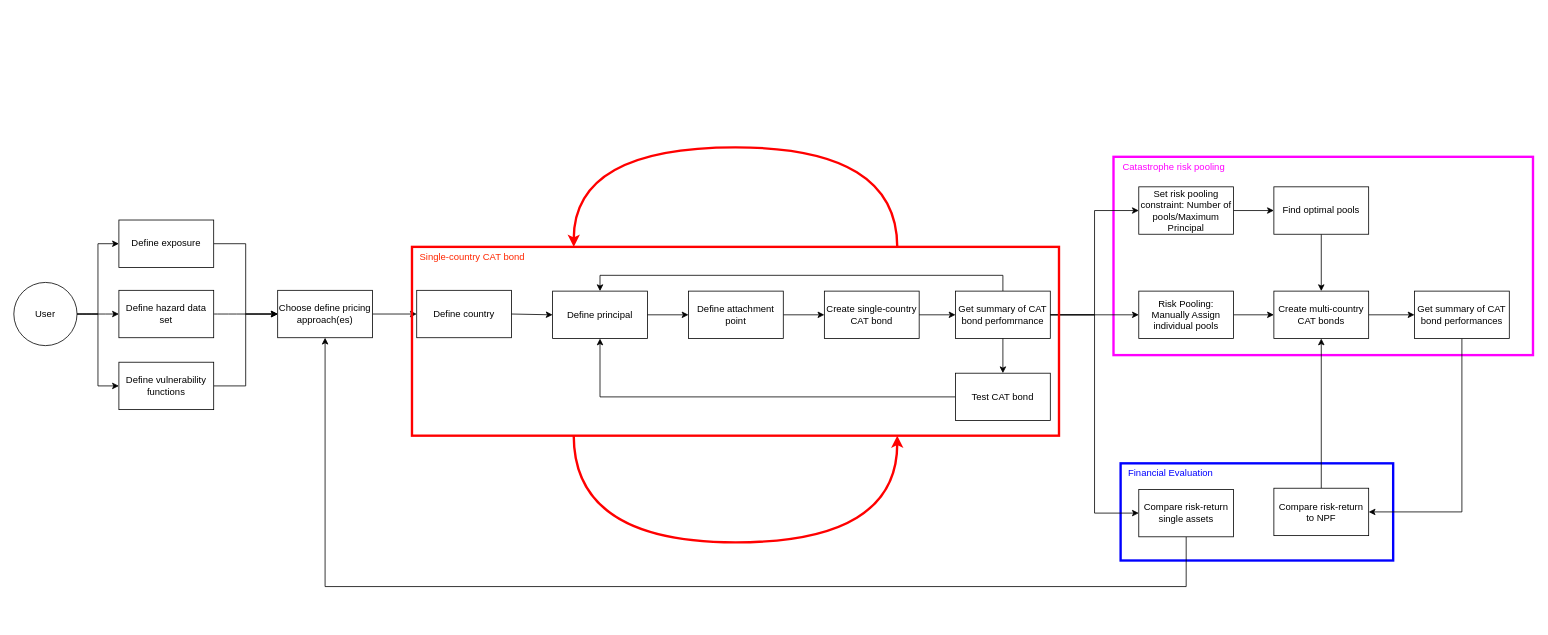
KaiOBerg/master_thesis_cat_bonds keeps this draw.io diagram as user_journey_climada_petals.drawio. Above is the earlier version. Source tidied: cells renumbered, new cells numbered last; positions are measured from the earlier drawing's top-left corner, leaving out a move shared by most shapes. Both pictures are drawn from the tidied source at 79%, with x=0, y=0 at pixel (13, 147).
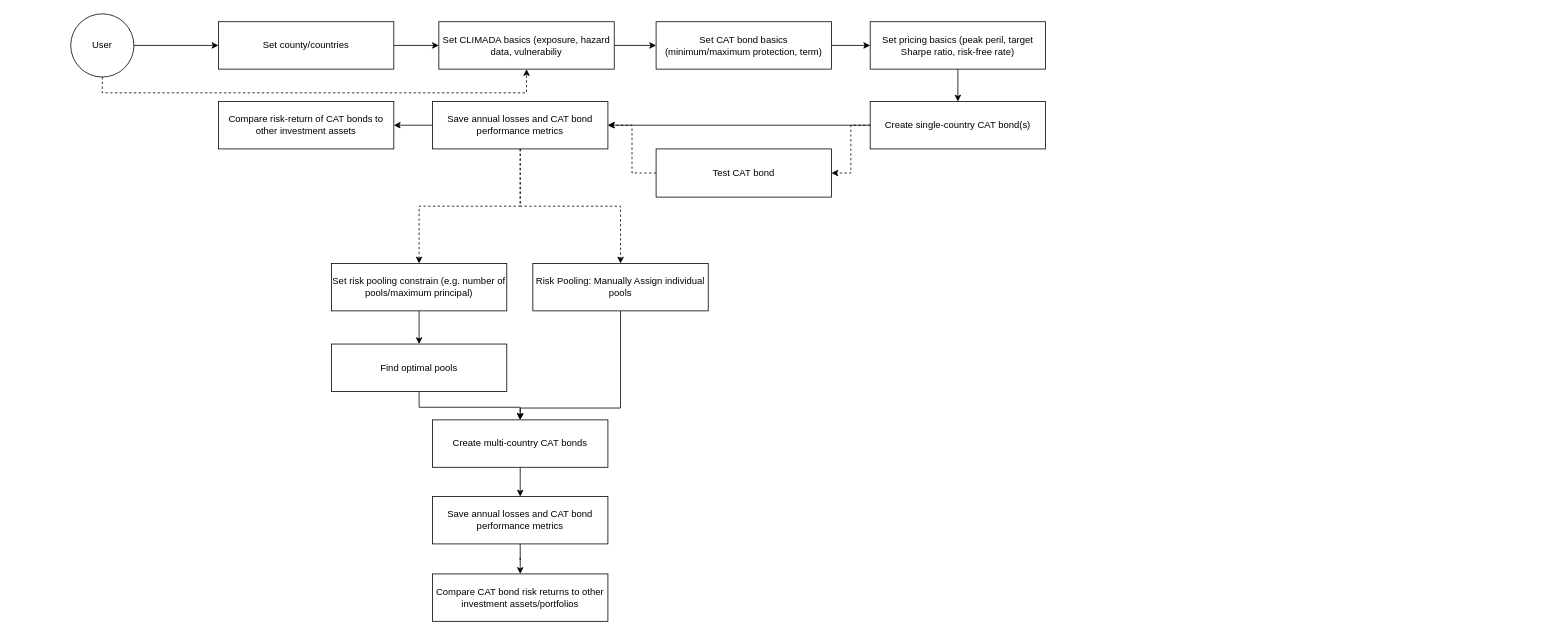
The same diagram, later.

Change to the diagram source:
```diff
@@
-    <mxCell id="2" style="rounded=0;whiteSpace=wrap;html=1;fillColor=none;strokeColor=#FF00FF;strokeWidth=3;" parent="1" vertex="1">
-      <mxGeometry x="1392" y="12" width="531" height="251" as="geometry" />
-    </mxCell>
-    <mxCell id="3" style="rounded=0;whiteSpace=wrap;html=1;fillColor=none;strokeColor=#0000FF;strokeWidth=3;" parent="1" vertex="1">
-      <mxGeometry x="1401" y="400" width="345" height="123" as="geometry" />
-    </mxCell>
-    <mxCell id="4" style="edgeStyle=orthogonalEdgeStyle;curved=1;rounded=0;jettySize=auto;html=1;exitX=1;exitY=0.5;exitDx=0;exitDy=0;entryX=0;entryY=0.5;entryDx=0;entryDy=0;" parent="1" edge="1" source="7" target="49">
-      <mxGeometry relative="1" as="geometry" />
-    </mxCell>
-    <mxCell id="5" style="edgeStyle=orthogonalEdgeStyle;rounded=0;jettySize=auto;html=1;exitX=1;exitY=0.5;exitDx=0;exitDy=0;entryX=0;entryY=0.5;entryDx=0;entryDy=0;" parent="1" edge="1" source="7" target="51">
-      <mxGeometry relative="1" as="geometry" />
-    </mxCell>
-    <mxCell id="6" style="edgeStyle=orthogonalEdgeStyle;rounded=0;jettySize=auto;html=1;exitX=1;exitY=0.5;exitDx=0;exitDy=0;entryX=0;entryY=0.5;entryDx=0;entryDy=0;" parent="1" edge="1" source="7" target="10">
-      <mxGeometry relative="1" as="geometry" />
-    </mxCell>
+    <mxCell id="52" style="edgeStyle=orthogonalEdgeStyle;rounded=0;jettySize=auto;html=1;exitX=1;exitY=0.5;exitDx=0;exitDy=0;entryX=0;entryY=0.5;entryDx=0;entryDy=0;" parent="1" edge="1" source="7" target="57">
+      <mxGeometry relative="1" as="geometry" />
+    </mxCell>
+    <mxCell id="53" style="edgeStyle=orthogonalEdgeStyle;rounded=0;jettySize=auto;html=1;exitX=0.5;exitY=1;exitDx=0;exitDy=0;entryX=0.5;entryY=1;entryDx=0;entryDy=0;dashed=1;" parent="1" edge="1" source="7" target="68">
+      <mxGeometry relative="1" as="geometry" />
+    </mxCell>
     <mxCell id="7" value="User" style="ellipse;whiteSpace=wrap;html=1;" parent="1" vertex="1">
-      <mxGeometry y="171" width="80" height="80" as="geometry" />
+      <mxGeometry x="72" y="-169" width="80" height="80" as="geometry" />
     </mxCell>
-    <mxCell id="8" value="Define country" style="rounded=0;whiteSpace=wrap;html=1;" parent="1" vertex="1">
-      <mxGeometry x="510" y="181" width="120" height="60" as="geometry" />
-    </mxCell>
-    <mxCell id="9" style="edgeStyle=orthogonalEdgeStyle;rounded=0;jettySize=auto;html=1;exitX=1;exitY=0.5;exitDx=0;exitDy=0;entryX=0;entryY=0.5;entryDx=0;entryDy=0;" parent="1" edge="1" source="10" target="31">
-      <mxGeometry relative="1" as="geometry" />
-    </mxCell>
-    <mxCell id="10" value="Define exposure" style="rounded=0;whiteSpace=wrap;html=1;" parent="1" vertex="1">
-      <mxGeometry x="133" y="92" width="120" height="60" as="geometry" />
-    </mxCell>
-    <mxCell id="11" style="edgeStyle=orthogonalEdgeStyle;rounded=0;jettySize=auto;html=1;exitX=1;exitY=0.5;exitDx=0;exitDy=0;entryX=0;entryY=0.5;entryDx=0;entryDy=0;" parent="1" edge="1" source="12" target="22">
-      <mxGeometry relative="1" as="geometry" />
-    </mxCell>
-    <mxCell id="12" value="Define attachment point" style="rounded=0;whiteSpace=wrap;html=1;" parent="1" vertex="1">
-      <mxGeometry x="854" y="182" width="120" height="60" as="geometry" />
-    </mxCell>
-    <mxCell id="13" value="Define principal" style="rounded=0;whiteSpace=wrap;html=1;" parent="1" vertex="1">
-      <mxGeometry x="682" y="182" width="120" height="60" as="geometry" />
-    </mxCell>
+    <mxCell id="54" style="edgeStyle=orthogonalEdgeStyle;rounded=0;jettySize=auto;html=1;exitX=0;exitY=0.5;exitDx=0;exitDy=0;entryX=1;entryY=0.5;entryDx=0;entryDy=0;" parent="1" edge="1" source="22" target="61">
+      <mxGeometry relative="1" as="geometry" />
+    </mxCell>
+    <mxCell id="55" style="edgeStyle=orthogonalEdgeStyle;rounded=0;jettySize=auto;html=1;exitX=0;exitY=0.5;exitDx=0;exitDy=0;entryX=1;entryY=0.5;entryDx=0;entryDy=0;dashed=1;" parent="1" edge="1" source="22" target="19">
+      <mxGeometry relative="1" as="geometry" />
+    </mxCell>
+    <mxCell id="22" value="Create single-country CAT bond(s)" style="rounded=0;whiteSpace=wrap;html=1;" parent="1" vertex="1">
+      <mxGeometry x="1084" y="-58" width="222" height="60" as="geometry" />
+    </mxCell>
+    <mxCell id="56" style="edgeStyle=orthogonalEdgeStyle;rounded=0;jettySize=auto;html=1;entryX=0;entryY=0.5;entryDx=0;entryDy=0;" parent="1" edge="1" source="57" target="68">
+      <mxGeometry relative="1" as="geometry" />
+    </mxCell>
+    <mxCell id="57" value="Set county/countries" style="rounded=0;whiteSpace=wrap;html=1;" parent="1" vertex="1">
+      <mxGeometry x="259" y="-159" width="222" height="60" as="geometry" />
+    </mxCell>
+    <mxCell id="58" style="edgeStyle=orthogonalEdgeStyle;rounded=0;jettySize=auto;html=1;exitX=0;exitY=0.5;exitDx=0;exitDy=0;entryX=1;entryY=0.5;entryDx=0;entryDy=0;" parent="1" edge="1" source="61" target="69">
+      <mxGeometry relative="1" as="geometry" />
+    </mxCell>
+    <mxCell id="59" style="edgeStyle=orthogonalEdgeStyle;rounded=0;jettySize=auto;html=1;exitX=0.5;exitY=1;exitDx=0;exitDy=0;entryX=0.5;entryY=0;entryDx=0;entryDy=0;dashed=1;" parent="1" edge="1" source="61" target="39">
+      <mxGeometry relative="1" as="geometry" />
+    </mxCell>
+    <mxCell id="60" style="edgeStyle=orthogonalEdgeStyle;rounded=0;jettySize=auto;html=1;entryX=0.5;entryY=0;entryDx=0;entryDy=0;dashed=1;" parent="1" edge="1" source="61" target="71">
+      <mxGeometry relative="1" as="geometry" />
+    </mxCell>
+    <mxCell id="61" value="&lt;span style=&quot;caret-color: rgba(0, 0, 0, 0);&quot;&gt;Save annual losses and CAT bond performance metrics&lt;/span&gt;" style="rounded=0;whiteSpace=wrap;html=1;" parent="1" vertex="1">
+      <mxGeometry x="530" y="-58" width="222" height="60" as="geometry" />
+    </mxCell>
+    <mxCell id="62" style="edgeStyle=orthogonalEdgeStyle;rounded=0;jettySize=auto;html=1;exitX=0;exitY=0.5;exitDx=0;exitDy=0;entryX=1;entryY=0.5;entryDx=0;entryDy=0;dashed=1;" parent="1" edge="1" source="19" target="61">
+      <mxGeometry relative="1" as="geometry" />
+    </mxCell>
+    <mxCell id="19" value="&lt;span style=&quot;caret-color: rgba(0, 0, 0, 0);&quot;&gt;Test CAT bond&lt;/span&gt;" style="rounded=0;whiteSpace=wrap;html=1;" parent="1" vertex="1">
+      <mxGeometry x="813" y="2" width="222" height="61" as="geometry" />
+    </mxCell>
+    <mxCell id="63" style="edgeStyle=orthogonalEdgeStyle;rounded=0;jettySize=auto;html=1;exitX=0.5;exitY=1;exitDx=0;exitDy=0;entryX=0.5;entryY=0;entryDx=0;entryDy=0;" parent="1" edge="1" source="64" target="22">
+      <mxGeometry relative="1" as="geometry" />
+    </mxCell>
+    <mxCell id="64" value="&lt;span style=&quot;caret-color: rgba(0, 0, 0, 0);&quot;&gt;Set pricing basics (peak peril, target Sharpe ratio, risk-free rate)&lt;/span&gt;" style="rounded=0;whiteSpace=wrap;html=1;" parent="1" vertex="1">
+      <mxGeometry x="1084" y="-159" width="222" height="60" as="geometry" />
+    </mxCell>
+    <mxCell id="65" style="edgeStyle=orthogonalEdgeStyle;rounded=0;jettySize=auto;html=1;exitX=1;exitY=0.5;exitDx=0;exitDy=0;entryX=0;entryY=0.5;entryDx=0;entryDy=0;" parent="1" edge="1" source="66" target="64">
+      <mxGeometry relative="1" as="geometry" />
+    </mxCell>
+    <mxCell id="66" value="&lt;span style=&quot;caret-color: rgba(0, 0, 0, 0);&quot;&gt;Set CAT bond basics (minimum/maximum protection, term)&lt;/span&gt;" style="rounded=0;whiteSpace=wrap;html=1;" parent="1" vertex="1">
+      <mxGeometry x="813" y="-159" width="222" height="60" as="geometry" />
+    </mxCell>
+    <mxCell id="67" style="edgeStyle=orthogonalEdgeStyle;rounded=0;jettySize=auto;html=1;exitX=1;exitY=0.5;exitDx=0;exitDy=0;entryX=0;entryY=0.5;entryDx=0;entryDy=0;" parent="1" edge="1" source="68" target="66">
+      <mxGeometry relative="1" as="geometry" />
+    </mxCell>
+    <mxCell id="68" value="&lt;span style=&quot;caret-color: rgba(0, 0, 0, 0);&quot;&gt;Set CLIMADA b&lt;/span&gt;&lt;span style=&quot;caret-color: light-dark(rgba(0, 0, 0, 0), rgb(237, 237, 237)); background-color: transparent; color: light-dark(rgb(0, 0, 0), rgb(255, 255, 255));&quot;&gt;asics (exposure, hazard data, vulnerabiliy&lt;/span&gt;" style="rounded=0;whiteSpace=wrap;html=1;" parent="1" vertex="1">
+      <mxGeometry x="538" y="-159" width="222" height="60" as="geometry" />
+    </mxCell>
+    <mxCell id="69" value="&lt;span style=&quot;caret-color: rgba(0, 0, 0, 0);&quot;&gt;Compare risk-return of CAT bonds to other investment assets&lt;/span&gt;" style="rounded=0;whiteSpace=wrap;html=1;" parent="1" vertex="1">
+      <mxGeometry x="259" y="-58" width="222" height="60" as="geometry" />
+    </mxCell>
+    <mxCell id="70" style="edgeStyle=orthogonalEdgeStyle;rounded=0;jettySize=auto;html=1;entryX=0.5;entryY=0;entryDx=0;entryDy=0;" parent="1" edge="1" source="71" target="15">
+      <mxGeometry relative="1" as="geometry" />
+    </mxCell>
+    <mxCell id="71" value="&lt;span style=&quot;caret-color: rgba(0, 0, 0, 0);&quot;&gt;Set risk pooling constrain (e.g. number of pools/maximum principal)&lt;/span&gt;" style="rounded=0;whiteSpace=wrap;html=1;" parent="1" vertex="1">
+      <mxGeometry x="402" y="147" width="222" height="60" as="geometry" />
+    </mxCell>
+    <mxCell id="38" style="edgeStyle=orthogonalEdgeStyle;rounded=0;jettySize=auto;html=1;exitX=0.5;exitY=1;exitDx=0;exitDy=0;entryX=0.5;entryY=0;entryDx=0;entryDy=0;" parent="1" edge="1" source="39" target="35">
+      <mxGeometry relative="1" as="geometry">
+        <Array as="points">
+          <mxPoint x="768" y="330" />
+          <mxPoint x="641" y="330" />
+        </Array>
+      </mxGeometry>
+    </mxCell>
+    <mxCell id="39" value="&lt;span style=&quot;caret-color: rgba(0, 0, 0, 0);&quot;&gt;Risk Pooling: Manually Assign individual pools&lt;/span&gt;" style="rounded=0;whiteSpace=wrap;html=1;" parent="1" vertex="1">
+      <mxGeometry x="657" y="147" width="222" height="60" as="geometry" />
+    </mxCell>
@@
-    <mxCell id="15" value="Find optimal pools" style="rounded=0;whiteSpace=wrap;html=1;" parent="1" vertex="1">
-      <mxGeometry x="1595" y="50" width="120" height="60" as="geometry" />
+    <mxCell id="15" value="&lt;span style=&quot;caret-color: rgba(0, 0, 0, 0);&quot;&gt;Find optimal pools&lt;/span&gt;" style="rounded=0;whiteSpace=wrap;html=1;" parent="1" vertex="1">
+      <mxGeometry x="402" y="249" width="222" height="60" as="geometry" />
     </mxCell>
-    <mxCell id="16" style="edgeStyle=orthogonalEdgeStyle;rounded=0;jettySize=auto;html=1;exitX=0.5;exitY=1;exitDx=0;exitDy=0;entryX=0.5;entryY=1;entryDx=0;entryDy=0;" parent="1" edge="1" source="17" target="31">
-      <mxGeometry relative="1" as="geometry">
-        <Array as="points">
-          <mxPoint x="1484" y="556" />
-          <mxPoint x="394" y="556" />
-        </Array>
-      </mxGeometry>
-    </mxCell>
-    <mxCell id="17" value="Compare risk-return single assets" style="rounded=0;whiteSpace=wrap;html=1;" parent="1" vertex="1">
-      <mxGeometry x="1424" y="433" width="120" height="60" as="geometry" />
-    </mxCell>
-    <mxCell id="18" style="edgeStyle=orthogonalEdgeStyle;rounded=0;jettySize=auto;html=1;exitX=0;exitY=0.5;exitDx=0;exitDy=0;entryX=0.5;entryY=1;entryDx=0;entryDy=0;" parent="1" edge="1" source="19" target="13">
-      <mxGeometry relative="1" as="geometry" />
-    </mxCell>
-    <mxCell id="19" value="Test CAT bond" style="rounded=0;whiteSpace=wrap;html=1;" parent="1" vertex="1">
-      <mxGeometry x="1192" y="285.9" width="120" height="60" as="geometry" />
-    </mxCell>
-    <mxCell id="20" style="edgeStyle=orthogonalEdgeStyle;rounded=0;jettySize=auto;html=1;exitX=1;exitY=0.5;exitDx=0;exitDy=0;entryX=0;entryY=0.5;entryDx=0;entryDy=0;" parent="1" edge="1" source="21" target="15">
-      <mxGeometry relative="1" as="geometry" />
-    </mxCell>
-    <mxCell id="21" value="Set risk pooling constraint: Number of pools/Maximum Principal" style="rounded=0;whiteSpace=wrap;html=1;" parent="1" vertex="1">
-      <mxGeometry x="1424" y="50" width="120" height="60" as="geometry" />
-    </mxCell>
-    <mxCell id="22" value="Create single-country CAT bond" style="rounded=0;whiteSpace=wrap;html=1;" parent="1" vertex="1">
-      <mxGeometry x="1026" y="182" width="120" height="60" as="geometry" />
-    </mxCell>
-    <mxCell id="23" style="edgeStyle=orthogonalEdgeStyle;rounded=0;jettySize=auto;html=1;exitX=0.5;exitY=0;exitDx=0;exitDy=0;entryX=0.5;entryY=0;entryDx=0;entryDy=0;" parent="1" edge="1" source="25" target="13">
-      <mxGeometry relative="1" as="geometry" />
-    </mxCell>
-    <mxCell id="24" style="edgeStyle=orthogonalEdgeStyle;rounded=0;jettySize=auto;html=1;exitX=1;exitY=0.5;exitDx=0;exitDy=0;entryX=0;entryY=0.5;entryDx=0;entryDy=0;" parent="1" edge="1" source="25" target="17">
-      <mxGeometry relative="1" as="geometry" />
-    </mxCell>
-    <mxCell id="25" value="Get summary of CAT bond perfomrnance" style="rounded=0;whiteSpace=wrap;html=1;" parent="1" vertex="1">
-      <mxGeometry x="1192" y="182" width="120" height="60" as="geometry" />
-    </mxCell>
-    <mxCell id="26" style="endArrow=classic;html=1;rounded=0;exitX=1;exitY=0.5;exitDx=0;exitDy=0;entryX=0;entryY=0.5;entryDx=0;entryDy=0;" parent="1" edge="1" source="8" target="13">
-      <mxGeometry relative="1" as="geometry" />
-    </mxCell>
-    <mxCell id="27" style="endArrow=classic;html=1;rounded=0;entryX=0;entryY=0.5;entryDx=0;entryDy=0;exitX=1;exitY=0.5;exitDx=0;exitDy=0;" parent="1" edge="1" source="13" target="12">
-      <mxGeometry relative="1" as="geometry" />
-    </mxCell>
-    <mxCell id="28" style="endArrow=classic;html=1;rounded=0;exitX=1;exitY=0.5;exitDx=0;exitDy=0;entryX=0;entryY=0.5;entryDx=0;entryDy=0;" parent="1" edge="1" source="22" target="25">
-      <mxGeometry relative="1" as="geometry" />
-    </mxCell>
-    <mxCell id="29" style="endArrow=classic;html=1;rounded=0;exitX=0.5;exitY=1;exitDx=0;exitDy=0;entryX=0.5;entryY=0;entryDx=0;entryDy=0;" parent="1" edge="1" source="25" target="19">
-      <mxGeometry relative="1" as="geometry" />
-    </mxCell>
-    <mxCell id="30" style="edgeStyle=orthogonalEdgeStyle;rounded=0;jettySize=auto;html=1;exitX=1;exitY=0.5;exitDx=0;exitDy=0;entryX=0;entryY=0.5;entryDx=0;entryDy=0;" parent="1" edge="1" source="31" target="8">
-      <mxGeometry relative="1" as="geometry" />
-    </mxCell>
-    <mxCell id="31" value="Choose define pricing approach(es)" style="rounded=0;whiteSpace=wrap;html=1;" parent="1" vertex="1">
-      <mxGeometry x="334" y="181" width="120" height="60" as="geometry" />
-    </mxCell>
-    <mxCell id="32" style="edgeStyle=orthogonalEdgeStyle;rounded=0;jettySize=auto;html=1;entryX=0;entryY=0.5;entryDx=0;entryDy=0;exitX=1;exitY=0.5;exitDx=0;exitDy=0;" parent="1" edge="1" source="25" target="39">
-      <mxGeometry relative="1" as="geometry" />
-    </mxCell>
-    <mxCell id="33" style="edgeStyle=orthogonalEdgeStyle;rounded=0;jettySize=auto;html=1;exitX=1;exitY=0.5;exitDx=0;exitDy=0;entryX=0;entryY=0.5;entryDx=0;entryDy=0;" parent="1" edge="1" source="25" target="21">
-      <mxGeometry relative="1" as="geometry" />
-    </mxCell>
-    <mxCell id="34" style="edgeStyle=orthogonalEdgeStyle;rounded=0;jettySize=auto;html=1;exitX=1;exitY=0.5;exitDx=0;exitDy=0;entryX=0;entryY=0.5;entryDx=0;entryDy=0;" parent="1" edge="1" source="35" target="37">
-      <mxGeometry relative="1" as="geometry" />
-    </mxCell>
+    <mxCell id="72" style="edgeStyle=orthogonalEdgeStyle;rounded=0;jettySize=auto;html=1;exitX=0.5;exitY=1;exitDx=0;exitDy=0;entryX=0.5;entryY=0;entryDx=0;entryDy=0;" parent="1" edge="1" source="35" target="74">
+      <mxGeometry relative="1" as="geometry" />
+    </mxCell>
-    <mxCell id="35" value="Create multi-country CAT bonds" style="rounded=0;whiteSpace=wrap;html=1;" parent="1" vertex="1">
-      <mxGeometry x="1595" y="182" width="120" height="60" as="geometry" />
+    <mxCell id="35" value="&lt;span style=&quot;caret-color: rgba(0, 0, 0, 0);&quot;&gt;Create multi-country CAT bonds&lt;/span&gt;" style="rounded=0;whiteSpace=wrap;html=1;" parent="1" vertex="1">
+      <mxGeometry x="530" y="345" width="222" height="60" as="geometry" />
     </mxCell>
-    <mxCell id="36" style="edgeStyle=orthogonalEdgeStyle;rounded=0;jettySize=auto;html=1;exitX=0.5;exitY=1;exitDx=0;exitDy=0;entryX=1;entryY=0.5;entryDx=0;entryDy=0;" parent="1" edge="1" source="37" target="46">
-      <mxGeometry relative="1" as="geometry" />
-    </mxCell>
-    <mxCell id="37" value="Get summary of CAT bond performances" style="rounded=0;whiteSpace=wrap;html=1;" parent="1" vertex="1">
-      <mxGeometry x="1773" y="182" width="120" height="60" as="geometry" />
-    </mxCell>
-    <mxCell id="38" style="edgeStyle=orthogonalEdgeStyle;rounded=0;jettySize=auto;html=1;exitX=1;exitY=0.5;exitDx=0;exitDy=0;entryX=0;entryY=0.5;entryDx=0;entryDy=0;" parent="1" edge="1" source="39" target="35">
-      <mxGeometry relative="1" as="geometry" />
-    </mxCell>
-    <mxCell id="39" value="Risk Pooling: Manually Assign individual pools" style="rounded=0;whiteSpace=wrap;html=1;" parent="1" vertex="1">
-      <mxGeometry x="1424" y="182" width="120" height="60" as="geometry" />
-    </mxCell>
-    <mxCell id="40" style="rounded=0;whiteSpace=wrap;html=1;fillColor=none;strokeColor=#FF0000;strokeWidth=3;" parent="1" vertex="1">
-      <mxGeometry x="504" y="126" width="819" height="239" as="geometry" />
-    </mxCell>
-    <mxCell id="41" value="&lt;span style=&quot;color: light-dark(rgb(255, 38, 0), rgb(237, 237, 237));&quot;&gt;Single-country CAT bond&lt;/span&gt;" style="text;html=1;align=center;verticalAlign=middle;strokeColor=none;fillColor=none;" parent="1" vertex="1">
-      <mxGeometry x="504" y="126" width="151" height="26" as="geometry" />
-    </mxCell>
-    <mxCell id="42" value="&lt;font&gt;&lt;span style=&quot;caret-color: rgb(255, 38, 0); color: rgb(255, 0, 255);&quot;&gt;Catastrophe risk pooling&lt;/span&gt;&lt;/font&gt;" style="text;html=1;align=center;verticalAlign=middle;strokeColor=none;fillColor=none;" parent="1" vertex="1">
-      <mxGeometry x="1394" y="12" width="147" height="26" as="geometry" />
-    </mxCell>
-    <mxCell id="43" style="edgeStyle=orthogonalEdgeStyle;curved=1;rounded=0;orthogonalLoop=1;jettySize=auto;html=1;exitX=0.75;exitY=0;exitDx=0;exitDy=0;entryX=0.25;entryY=0;entryDx=0;entryDy=0;strokeColor=#FF0000;strokeWidth=3;" parent="1" edge="1" source="40" target="40">
-      <mxGeometry relative="1" as="geometry">
-        <Array as="points">
-          <mxPoint x="1118" />
-          <mxPoint x="709" />
-        </Array>
-      </mxGeometry>
-    </mxCell>
-    <mxCell id="44" style="edgeStyle=orthogonalEdgeStyle;curved=1;rounded=0;orthogonalLoop=1;jettySize=auto;html=1;exitX=0.25;exitY=1;exitDx=0;exitDy=0;entryX=0.75;entryY=1;entryDx=0;entryDy=0;strokeColor=#FF0000;strokeWidth=3;" parent="1" edge="1" source="40" target="40">
-      <mxGeometry relative="1" as="geometry">
-        <Array as="points">
-          <mxPoint x="709" y="500" />
-          <mxPoint x="1118" y="500" />
-        </Array>
-      </mxGeometry>
-    </mxCell>
-    <mxCell id="45" style="edgeStyle=orthogonalEdgeStyle;rounded=0;jettySize=auto;html=1;exitX=0.5;exitY=0;exitDx=0;exitDy=0;entryX=0.5;entryY=1;entryDx=0;entryDy=0;" parent="1" edge="1" source="46" target="35">
-      <mxGeometry relative="1" as="geometry" />
-    </mxCell>
-    <mxCell id="46" value="Compare risk-return to NPF" style="rounded=0;whiteSpace=wrap;html=1;" parent="1" vertex="1">
-      <mxGeometry x="1595" y="431.5" width="120" height="60" as="geometry" />
-    </mxCell>
-    <mxCell id="47" value="&lt;font&gt;&lt;span style=&quot;caret-color: rgb(255, 38, 0); color: rgb(0, 0, 255);&quot;&gt;Financial Evaluation&lt;/span&gt;&lt;/font&gt;" style="text;html=1;align=center;verticalAlign=middle;strokeColor=none;fillColor=none;" parent="1" vertex="1">
-      <mxGeometry x="1401" y="400" width="125" height="26" as="geometry" />
-    </mxCell>
-    <mxCell id="48" style="edgeStyle=orthogonalEdgeStyle;curved=1;rounded=0;jettySize=auto;html=1;exitX=1;exitY=0.5;exitDx=0;exitDy=0;entryX=0;entryY=0.5;entryDx=0;entryDy=0;" parent="1" edge="1" source="49" target="31">
-      <mxGeometry relative="1" as="geometry" />
-    </mxCell>
-    <mxCell id="49" value="Define hazard data set" style="rounded=0;whiteSpace=wrap;html=1;" parent="1" vertex="1">
-      <mxGeometry x="133" y="181" width="120" height="60" as="geometry" />
-    </mxCell>
-    <mxCell id="50" style="edgeStyle=orthogonalEdgeStyle;rounded=0;jettySize=auto;html=1;exitX=1;exitY=0.5;exitDx=0;exitDy=0;entryX=0;entryY=0.5;entryDx=0;entryDy=0;" parent="1" edge="1" source="51" target="31">
-      <mxGeometry relative="1" as="geometry" />
-    </mxCell>
-    <mxCell id="51" value="Define vulnerability functions" style="rounded=0;whiteSpace=wrap;html=1;" parent="1" vertex="1">
-      <mxGeometry x="133" y="272" width="120" height="60" as="geometry" />
-    </mxCell>
+    <mxCell id="73" style="edgeStyle=orthogonalEdgeStyle;rounded=0;jettySize=auto;html=1;exitX=0.5;exitY=1;exitDx=0;exitDy=0;" parent="1" edge="1" source="74" target="75">
+      <mxGeometry relative="1" as="geometry" />
+    </mxCell>
+    <mxCell id="74" value="&lt;span style=&quot;caret-color: rgba(0, 0, 0, 0);&quot;&gt;Save annual losses and CAT bond performance metrics&lt;/span&gt;" style="rounded=0;whiteSpace=wrap;html=1;" parent="1" vertex="1">
+      <mxGeometry x="530" y="442" width="222" height="60" as="geometry" />
+    </mxCell>
+    <mxCell id="75" value="&lt;span style=&quot;caret-color: rgba(0, 0, 0, 0);&quot;&gt;Compare CAT bond risk returns to other investment assets/portfolios&lt;/span&gt;" style="rounded=0;whiteSpace=wrap;html=1;" parent="1" vertex="1">
+      <mxGeometry x="530" y="540" width="222" height="60" as="geometry" />
+    </mxCell>
```
